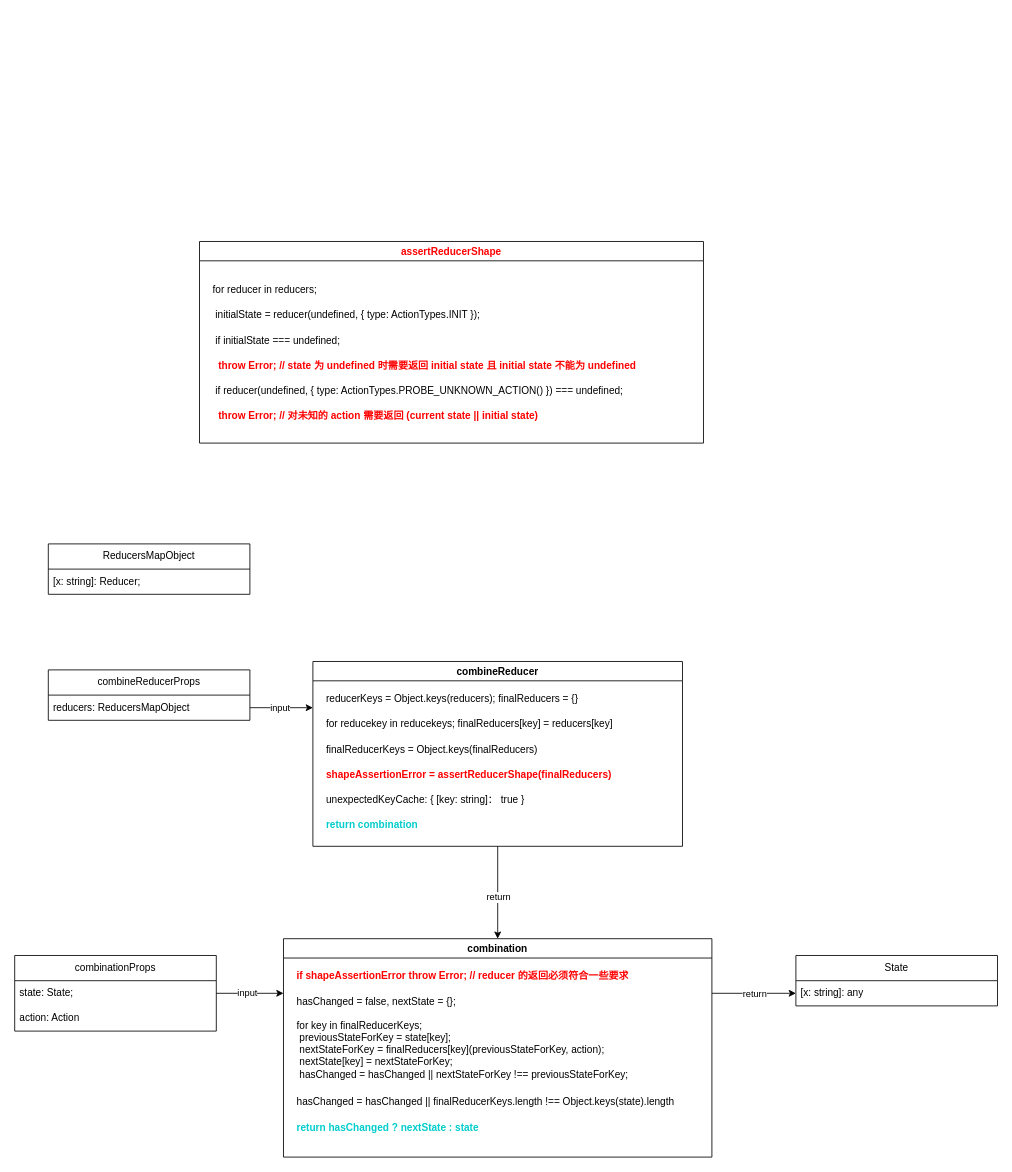
Monoxt/learn keeps this draw.io diagram as packages/redux/diagram/combineReducers.drawio. Above is the earlier version. Source tidied: cells renumbered, new cells numbered last; positions are measured from the earlier drawing's top-left corner, leaving out a move shared by most shapes. Both pictures are drawn from the tidied source at 84%, with x=0, y=0 at pixel (14, 241).
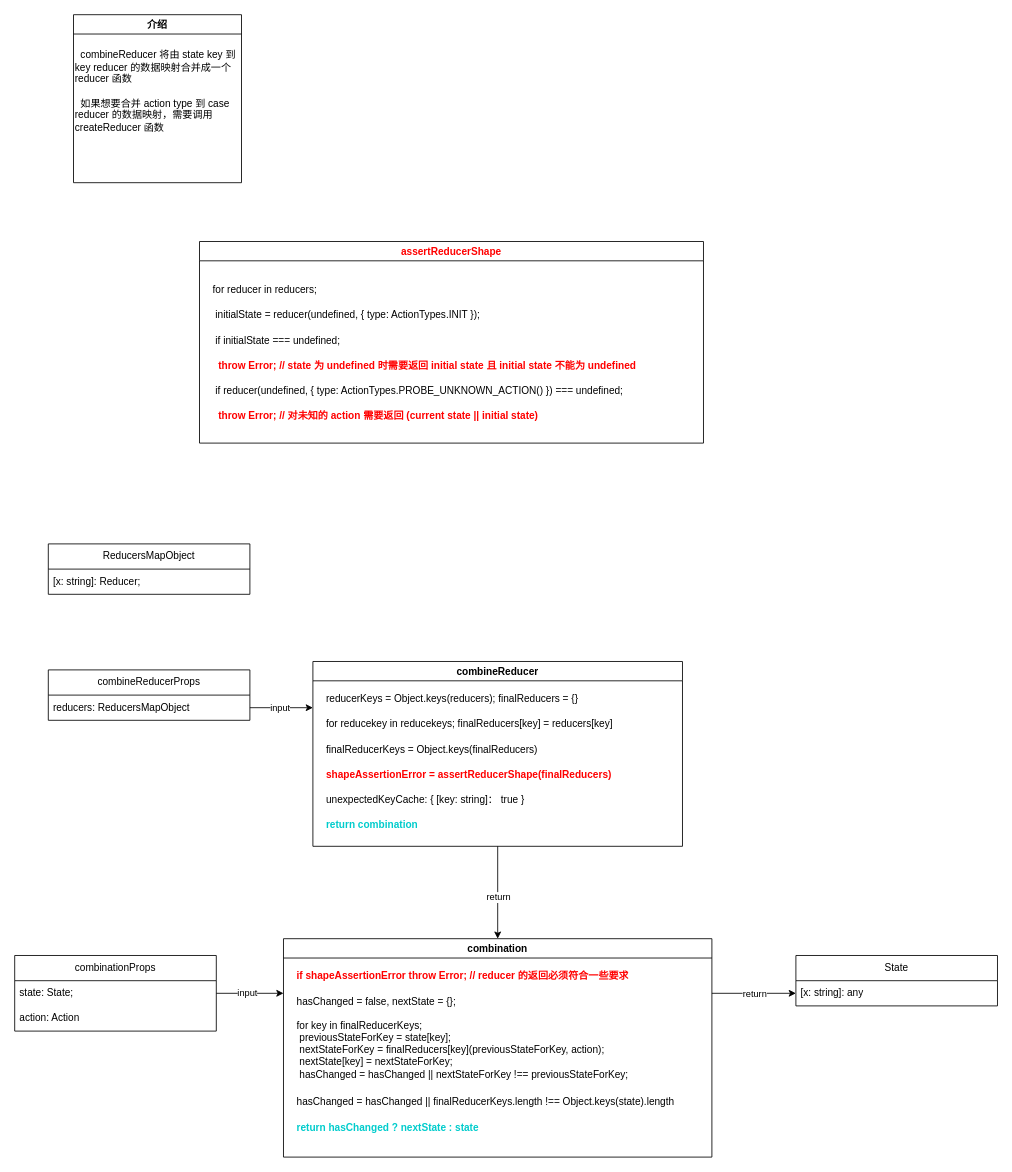
The same diagram, later.

The edit, as a diff of the source:
```diff
@@
+    <mxCell id="34" value="介绍" style="swimlane;whiteSpace=wrap;html=1;startSize=23;" parent="1" vertex="1">
+      <mxGeometry x="70" y="-270" width="200" height="200" as="geometry" />
+    </mxCell>
+    <mxCell id="35" value="&lt;br&gt;&amp;nbsp; combineReducer 将由 state key 到 key reducer 的数据映射合并成一个 reducer 函数&lt;br&gt;&lt;br&gt;&amp;nbsp; 如果想要合并 action type 到 case reducer 的数据映射，需要调用 createReducer 函数" style="text;html=1;strokeColor=none;fillColor=none;align=left;verticalAlign=top;whiteSpace=wrap;rounded=0;" parent="34" vertex="1">
+      <mxGeometry y="20" width="200" height="180" as="geometry" />
+    </mxCell>
```
